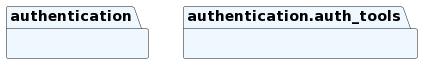
This is docs/diagrams/system/authentication_packages.png from olivialba/onlineStoreTemplate, a PlantUML export, as it was before one commit.
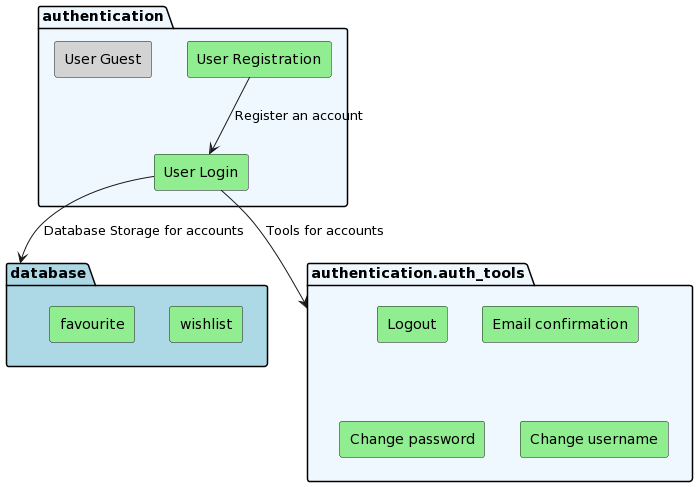
The same diagram one commit later.

Commit message:
updated authentication packages

What changed in the source:
```diff
@@ -1,7 +1,25 @@
 @startuml
 set namespaceSeparator none
+
+package "database" as database #lightblue {
+  rectangle "wishlist" as wishlist #lightgreen
+  rectangle "favourite" as favourite #lightgreen
+}
+
 package "authentication" as authentication #aliceblue {
+  rectangle "User Login" as login #lightgreen
+  rectangle "User Registration" as register #lightgreen
+  rectangle "User Guest" as guest #lightgray
 }
+
 package "authentication.auth_tools" as authentication.auth_tools #aliceblue {
+  rectangle "Logout" as logout #lightgreen
+  rectangle "Email confirmation" as email #lightgreen
+  rectangle "Change password" as password #lightgreen
+  rectangle "Change username" as username #lightgreen
 }
+
+register --> login : Register an account
+login --> database : Database Storage for accounts
+login --> authentication.auth_tools : Tools for accounts
 @enduml
```
